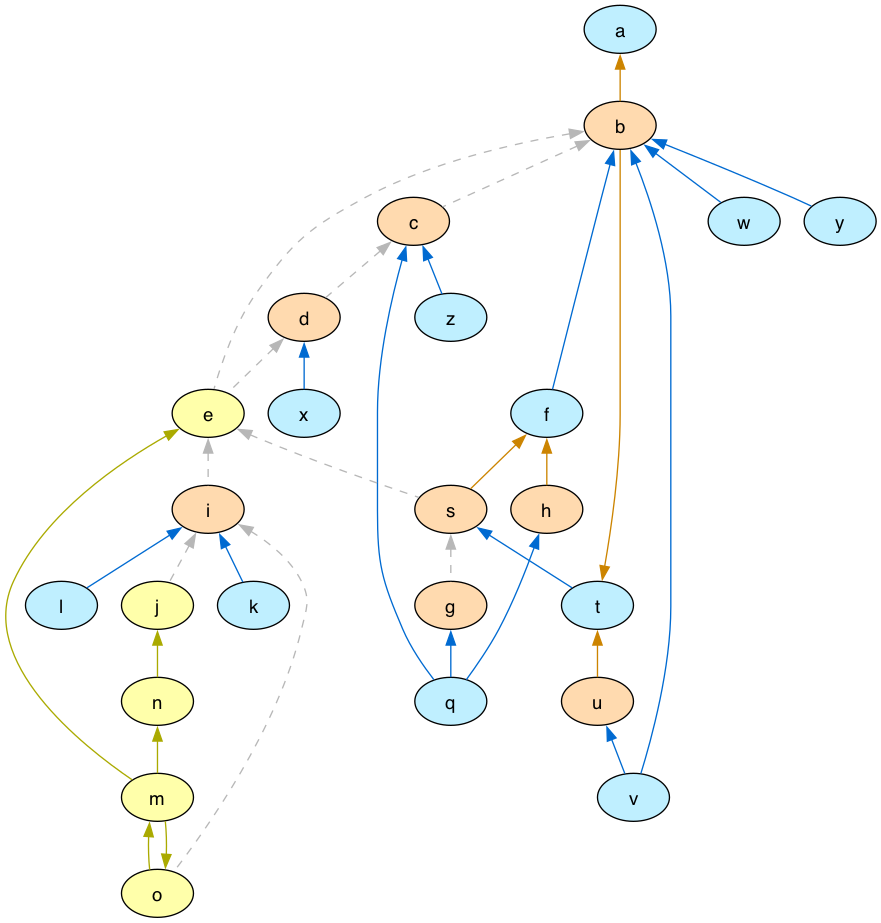
This is IDCC-2024/graphs/arg_graph_colored.png from idaks/Games-and-Argumentation, a Graphviz export, as it was before one commit. Its source is kept beside it as IDCC-2024/graphs/arg_graph_colored.dot. Its diagram source:
```dot
digraph G {
  node [shape=oval style=filled fontname=Helvetica fontsize=14]
  node [fillcolor="#ffdaaf" fontcolor="#000000"] b c d s g h i u;
  node [fillcolor="#bfefff" fontcolor="#000000"] a t f k l q v w x y z;
  node [fillcolor="#FFFFAA" fontcolor="#000000"] e j m o n;
  edge [dir=back, color="#cc8400", style="solid"]
        "a" -> "b";
        "t" -> "b";
        "f" -> "h";
        "f" -> "s";
        "t" -> "u";
  edge [dir=back, color="#b7b7b7", style="dashed"]
        "b" -> "c";
        "c" -> "d";
        "b" -> "e";
        "d" -> "e";
        "s" -> "g";
        "e" -> "i";
        "i" -> "j";
        "i" -> "o";
        "e" -> "s";
  edge [dir=back, color="#006ad1", style="solid"]
        "b" -> "f";
        "i" -> "k";
        "i" -> "l";
        "g" -> "q";
        "h" -> "q";
        "c" -> "q";
        "s" -> "t";
        "b" -> "v";
        "u" -> "v";
        "b" -> "w";
        "d" -> "x";
        "b" -> "y";
        "c" -> "z";
  edge [dir=back, color="#AAAA00", style="solid"]
        "e" -> "m";
        "o" -> "m";
        "n" -> "m";
        "j" -> "n";
        "m" -> "o";
}
```
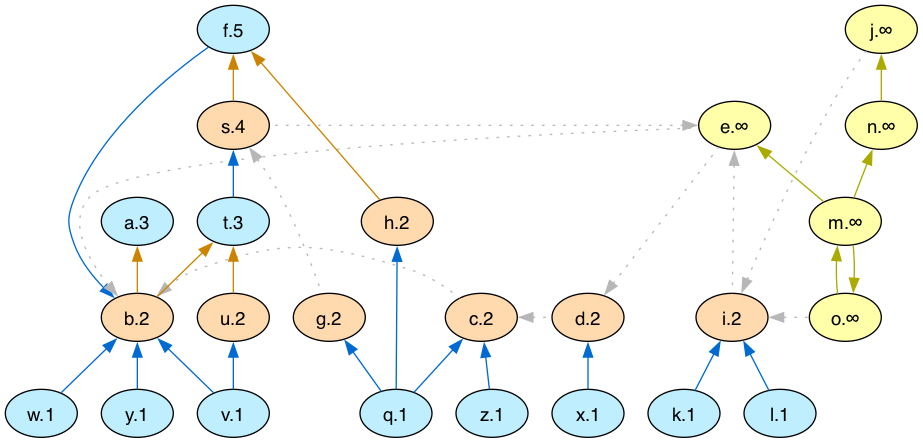
Above is the later version.

What changed in the source:
```diff
@@ -1,42 +1,70 @@
 digraph G {
+  rankdir="TB"
   node [shape=oval style=filled fontname=Helvetica fontsize=14]
-  node [fillcolor="#ffdaaf" fontcolor="#000000"] b c d s g h i u;
-  node [fillcolor="#bfefff" fontcolor="#000000"] a t f k l q v w x y z;
-  node [fillcolor="#FFFFAA" fontcolor="#000000"] e j m o n;
-  edge [dir=back, color="#cc8400", style="solid"]
-        "a" -> "b";
-        "t" -> "b";
-        "f" -> "h";
-        "f" -> "s";
-        "t" -> "u";
-  edge [dir=back, color="#b7b7b7", style="dashed"]
-        "b" -> "c";
-        "c" -> "d";
-        "b" -> "e";
-        "d" -> "e";
-        "s" -> "g";
-        "e" -> "i";
-        "i" -> "j";
-        "i" -> "o";
-        "e" -> "s";
-  edge [dir=back, color="#006ad1", style="solid"]
-        "b" -> "f";
-        "i" -> "k";
-        "i" -> "l";
-        "g" -> "q";
-        "h" -> "q";
-        "c" -> "q";
-        "s" -> "t";
-        "b" -> "v";
-        "u" -> "v";
-        "b" -> "w";
-        "d" -> "x";
-        "b" -> "y";
-        "c" -> "z";
-  edge [dir=back, color="#AAAA00", style="solid"]
-        "e" -> "m";
-        "o" -> "m";
-        "n" -> "m";
-        "j" -> "n";
-        "m" -> "o";
+  node [fillcolor="#ffdaaf" fontcolor="#000000"]
+       b[label="b.2"]
+       c[label="c.2"]
+       d[label="d.2"]
+       s[label="s.4"]
+       g[label="g.2"]
+       h[label="h.2"]
+       i[label="i.2"]
+       u[label="u.2"]
+  node [fillcolor="#bfefff" fontcolor="#000000"]
+       a[label="a.3"]
+       t[label="t.3"]
+       f[label="f.5"]
+       k[label="k.1"]
+       l[label="l.1"]
+       q[label="q.1"]
+       v[label="v.1"]
+       w[label="w.1"]
+       x[label="x.1"]
+       y[label="y.1"]
+       z[label="z.1"]
+  node [fillcolor="#FFFFAA" fontcolor="#000000"]
+       e[label="e.∞"]
+       j[label="j.∞"]
+       m[label="m.∞"]
+       o[label="o.∞"]
+       n[label="n.∞"]
+  edge [dir=back color="#cc8400" style="solid"]
+        "a" -> "b"
+        "t" -> "b"
+        "f" -> "h"
+        "f" -> "s"
+        "t" -> "u"
+  edge [dir=back color="#006ad1" style="solid"]
+        "b" -> "f"
+        "i" -> "k"
+        "i" -> "l"
+        "g" -> "q"
+        "h" -> "q"
+        "c" -> "q"
+        "s" -> "t"
+        "b" -> "v"
+        "u" -> "v"
+        "b" -> "w"
+        "d" -> "x"
+        "b" -> "y"
+        "c" -> "z"
+  edge [dir=back color="#AAAA00" style="solid"]
+        "e" -> "m"
+        "o" -> "m"
+        "n" -> "m"
+        "j" -> "n"
+        "m" -> "o"
+  edge [dir=back color="#b7b7b7" style="dotted" constraint=false]
+        "b" -> "c"
+        "c" -> "d"
+        "b" -> "e"
+        "d" -> "e"
+        "s" -> "g"
+        "e" -> "i"
+        "i" -> "j"
+        "i" -> "o"
+        "e" -> "s"
+
+  {rank = max k l q v w x y z}
+  {rank = min f}
 }
```
